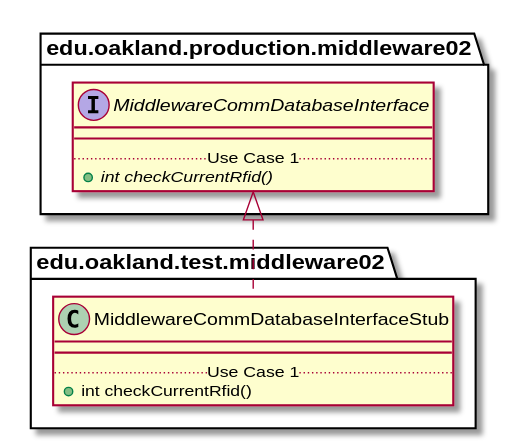
Earlier version of the PlantUML export docs/uml-class-diagrams/middleware02/test/MiddlewareCommDatabaseInterfaceStub/MiddlewareCommDatabaseInterfaceStub_DirectDependencies.svg (andrewdimmer/csi-3370-software-project).
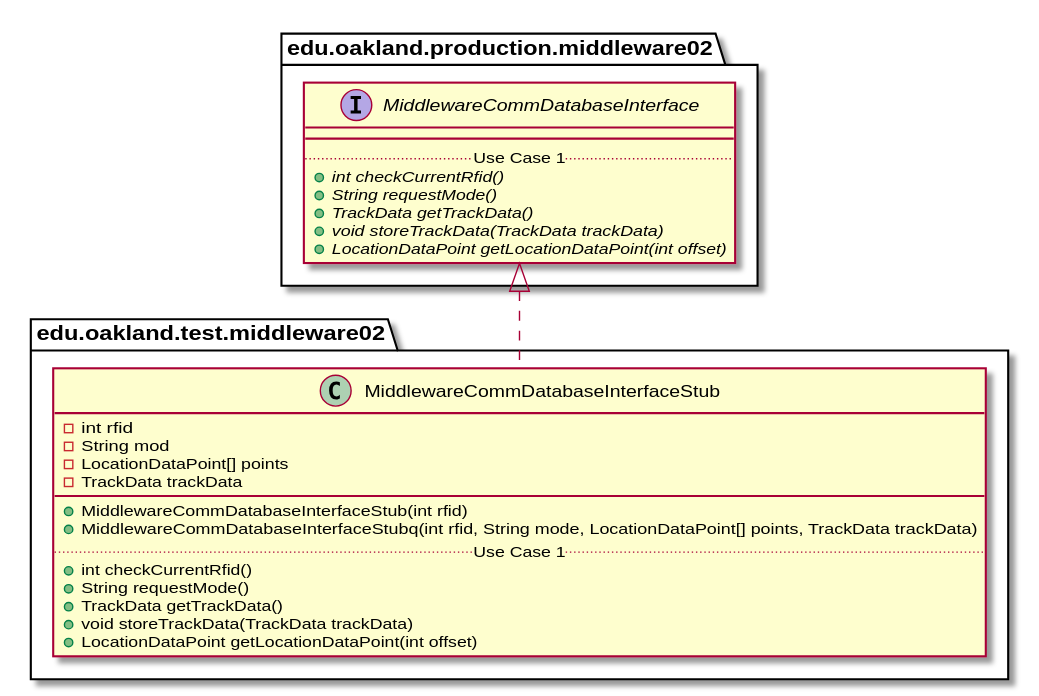
The same file after the commit.

Change to the diagram source:
```diff
@@ -3,9 +3,19 @@
 
 package edu.oakland.test.middleware02 {
     class MiddlewareCommDatabaseInterfaceStub {
+        - int rfid
+        - String mod
+        - LocationDataPoint[] points
+        - TrackData trackData
         __
+        + MiddlewareCommDatabaseInterfaceStub(int rfid)
+        + MiddlewareCommDatabaseInterfaceStubq(int rfid, String mode, LocationDataPoint[] points, TrackData trackData)
         .. Use Case 1 ..
         + int checkCurrentRfid()
+        + String requestMode()
+        + TrackData getTrackData()
+        + void storeTrackData(TrackData trackData)
+        + LocationDataPoint getLocationDataPoint(int offset)
     }
 }
 
@@ -16,6 +26,10 @@
         __
         .. Use Case 1 ..
         {abstract} + int checkCurrentRfid()
+        {abstract} + String requestMode()
+        {abstract} + TrackData getTrackData()
+        {abstract} + void storeTrackData(TrackData trackData)
+        {abstract} + LocationDataPoint getLocationDataPoint(int offset)
     }
 }
 
```
